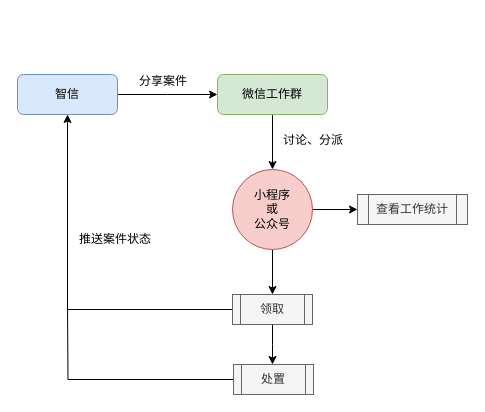
The draw.io diagram 智信宣传.drawio in withparadox2/DrawIO, before the edit. Source tidied: cells renumbered, new cells numbered last; positions are measured from the earlier drawing's top-left corner, leaving out a move shared by most shapes. Both pictures are drawn from the tidied source at 100%, with x=0, y=0 at pixel (17, 71).
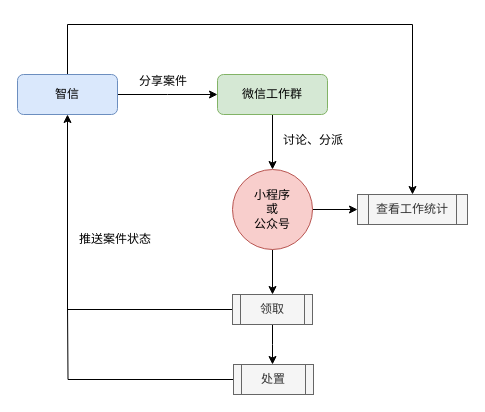
After the change.

Unchanged cells that the change refers to:
```xml
<mxCell id="3" value="智信" style="rounded=1;whiteSpace=wrap;html=1;fillColor=#dae8fc;strokeColor=#6c8ebf;" parent="1" vertex="1">
  <mxGeometry y="3" width="100" height="40" as="geometry" />
</mxCell>
<mxCell id="16" value="查看工作统计" style="shape=process;whiteSpace=wrap;html=1;backgroundOutline=1;fillColor=#f5f5f5;strokeColor=#666666;fontColor=#333333;" parent="1" vertex="1">
  <mxGeometry x="340" y="123" width="110" height="30" as="geometry" />
</mxCell>
```

The edit, as a diff of the source:
```diff
@@
+    <mxCell id="18" style="edgeStyle=orthogonalEdgeStyle;rounded=0;jettySize=auto;html=1;exitX=0.5;exitY=0;exitDx=0;exitDy=0;endArrow=classic;endFill=1;" parent="1" edge="1" source="3" target="16">
+      <mxGeometry relative="1" as="geometry">
+        <Array as="points">
+          <mxPoint x="50" y="-47" />
+          <mxPoint x="395" y="-47" />
+        </Array>
+      </mxGeometry>
+    </mxCell>
```
